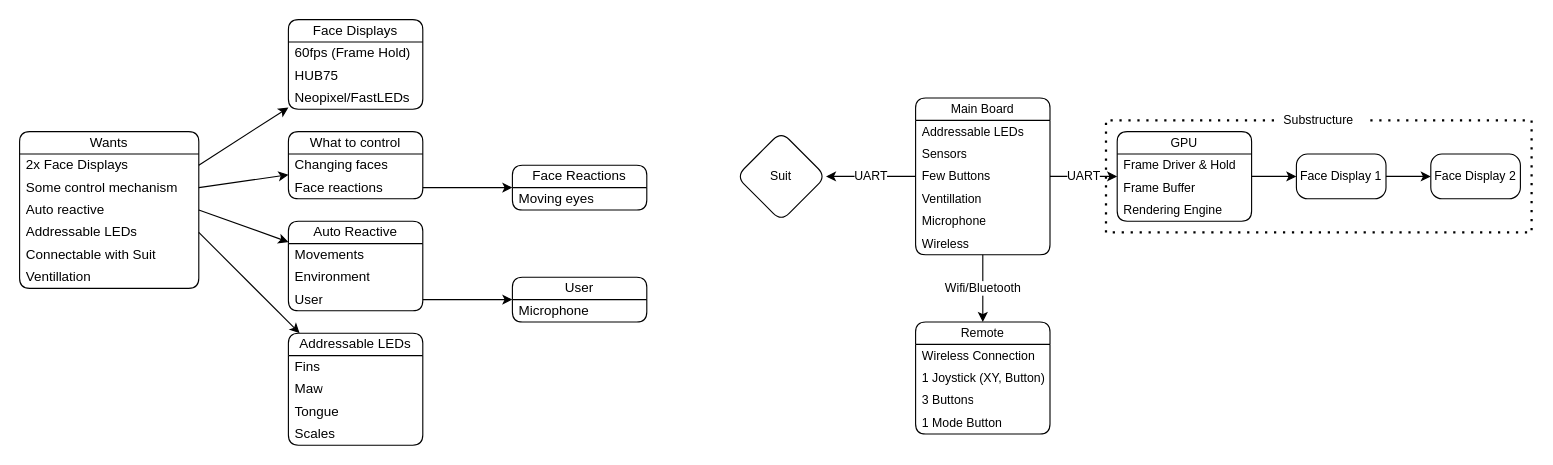
The draw.io diagram page "Brainstorm" (2 of 2) of Documents/Recondensed.drawio in Cyberspecies/Synth-Head, before the edit. Source tidied: cells renumbered, new cells numbered last; positions are measured from the earlier drawing's top-left corner, leaving out a move shared by most shapes. Both pictures are drawn from the tidied source at 112%, with x=0, y=0 at pixel (19, 19).
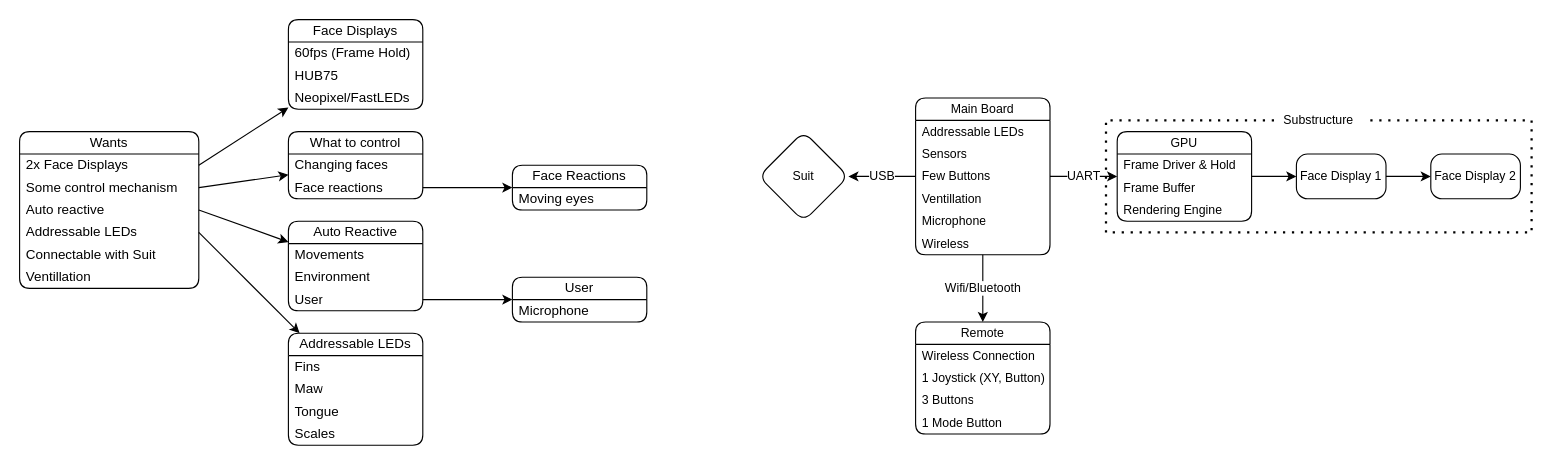
After the change.

Commit message:
Modified Connection protocol between main & suit from UART to USB

Unchanged cells that the change refers to:
```xml
<mxCell id="39" value="Main Board" style="swimlane;fontStyle=0;horizontal=1;startSize=20;whiteSpace=wrap;html=1;rounded=1;fontFamily=Helvetica;fontSize=11;fontColor=default;labelBackgroundColor=default;" parent="1" vertex="1">
  <mxGeometry x="800" y="70" width="120" height="140" as="geometry" />
</mxCell>
```

What changed in the source:
```diff
@@
-    <mxCell id="38" value="UART" style="edgeStyle=none;shape=connector;rounded=0;jettySize=auto;html=1;strokeColor=default;align=center;verticalAlign=middle;fontFamily=Helvetica;fontSize=11;fontColor=default;labelBackgroundColor=default;endArrow=classic;entryX=1;entryY=0.5;entryDx=0;entryDy=0;" parent="1" edge="1" source="39" target="57">
+    <mxCell id="38" value="USB" style="edgeStyle=none;shape=connector;rounded=0;jettySize=auto;html=1;strokeColor=default;align=center;verticalAlign=middle;fontFamily=Helvetica;fontSize=11;fontColor=default;labelBackgroundColor=default;endArrow=classic;entryX=1;entryY=0.5;entryDx=0;entryDy=0;" parent="1" edge="1" source="39" target="57">
       <mxGeometry relative="1" as="geometry" />
     </mxCell>
@@
     <mxCell id="57" value="Suit" style="rhombus;whiteSpace=wrap;html=1;fontFamily=Helvetica;fontSize=11;fontColor=default;labelBackgroundColor=default;rounded=1;" parent="1" vertex="1">
-      <mxGeometry x="640" y="100" width="80" height="80" as="geometry" />
+      <mxGeometry x="660" y="100" width="80" height="80" as="geometry" />
     </mxCell>
```
